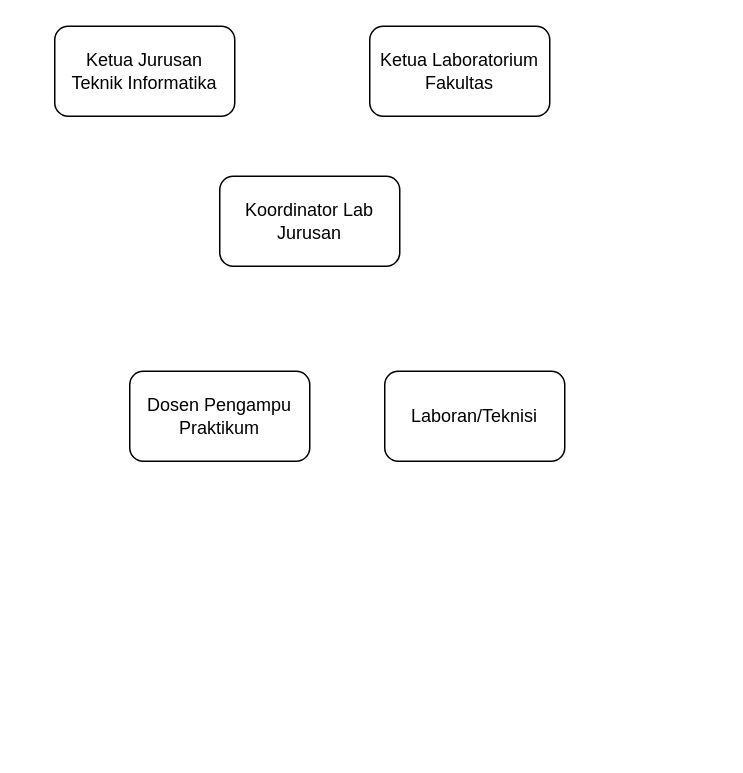
Before: Untitled Diagram.drawio in WildanBudiawanZ/labkom-informatika, a draw.io diagram. Source tidied: cells renumbered, new cells numbered last; positions are measured from the earlier drawing's top-left corner, leaving out a move shared by most shapes. Both pictures are drawn from the tidied source at 150%, with x=0, y=0 at pixel (54, 26).
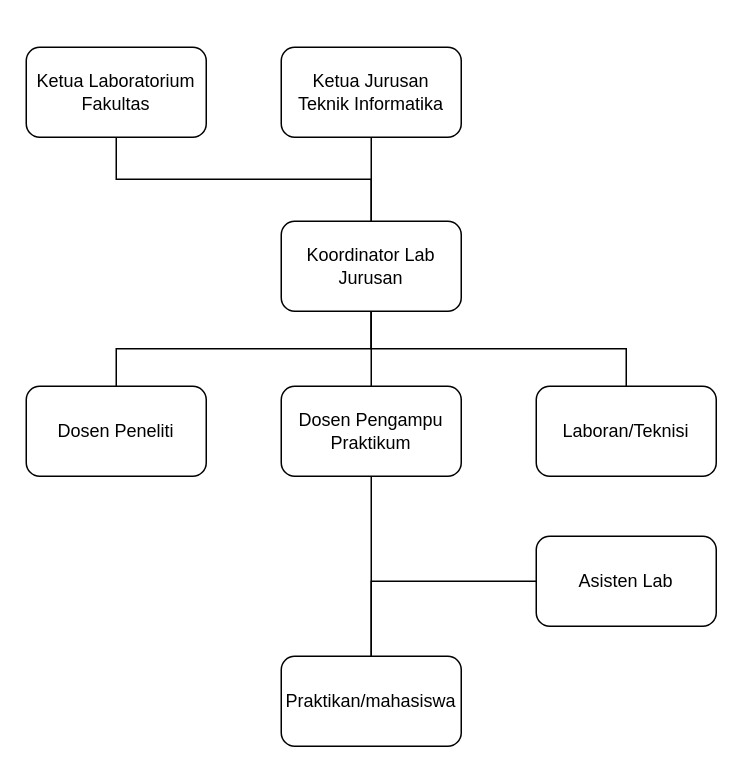
The same page after the edit.

The edit, as a diff of the source:
```diff
@@
 <mxGraphModel>
   <root>
     <mxCell id="0" />
     <mxCell id="1" parent="0" />
     <mxCell id="2" value="Ketua Laboratorium Fakultas" style="rounded=1;whiteSpace=wrap;html=1;" parent="1" vertex="1">
-      <mxGeometry x="210" width="120" height="60" as="geometry" />
+      <mxGeometry x="-19" y="14" width="120" height="60" as="geometry" />
     </mxCell>
     <mxCell id="3" value="Koordinator Lab Jurusan" style="rounded=1;whiteSpace=wrap;html=1;" parent="1" vertex="1">
-      <mxGeometry x="110" y="100" width="120" height="60" as="geometry" />
+      <mxGeometry x="151" y="130" width="120" height="60" as="geometry" />
     </mxCell>
     <mxCell id="4" value="Ketua Jurusan&lt;div&gt;Teknik Informatika&lt;/div&gt;" style="rounded=1;whiteSpace=wrap;html=1;" parent="1" vertex="1">
-      <mxGeometry width="120" height="60" as="geometry" />
+      <mxGeometry x="151" y="14" width="120" height="60" as="geometry" />
     </mxCell>
     <mxCell id="5" value="Dosen Pengampu Praktikum" style="rounded=1;whiteSpace=wrap;html=1;" parent="1" vertex="1">
-      <mxGeometry x="50" y="230" width="120" height="60" as="geometry" />
+      <mxGeometry x="151" y="240" width="120" height="60" as="geometry" />
     </mxCell>
     <mxCell id="6" value="Laboran/Teknisi" style="rounded=1;whiteSpace=wrap;html=1;" parent="1" vertex="1">
-      <mxGeometry x="220" y="230" width="120" height="60" as="geometry" />
+      <mxGeometry x="321" y="240" width="120" height="60" as="geometry" />
     </mxCell>
+    <mxCell id="7" value="Asisten Lab" style="rounded=1;whiteSpace=wrap;html=1;" parent="1" vertex="1">
+      <mxGeometry x="321" y="340" width="120" height="60" as="geometry" />
+    </mxCell>
+    <mxCell id="8" value="Dosen Peneliti" style="rounded=1;whiteSpace=wrap;html=1;" parent="1" vertex="1">
+      <mxGeometry x="-19" y="240" width="120" height="60" as="geometry" />
+    </mxCell>
+    <mxCell id="9" value="Praktikan/mahasiswa" style="rounded=1;whiteSpace=wrap;html=1;" parent="1" vertex="1">
+      <mxGeometry x="151" y="420" width="120" height="60" as="geometry" />
+    </mxCell>
+    <mxCell id="10" style="endArrow=none;html=1;rounded=0;exitX=0.5;exitY=0;exitDx=0;exitDy=0;edgeStyle=orthogonalEdgeStyle;entryX=0.5;entryY=1;entryDx=0;entryDy=0;" parent="1" edge="1" source="8" target="3">
+      <mxGeometry relative="1" as="geometry" />
+    </mxCell>
+    <mxCell id="11" style="endArrow=none;html=1;rounded=0;exitX=0.5;exitY=0;exitDx=0;exitDy=0;entryX=0.5;entryY=1;entryDx=0;entryDy=0;edgeStyle=orthogonalEdgeStyle;" parent="1" edge="1" source="5" target="3">
+      <mxGeometry relative="1" as="geometry" />
+    </mxCell>
+    <mxCell id="12" style="endArrow=none;html=1;rounded=0;exitX=0.5;exitY=0;exitDx=0;exitDy=0;entryX=0.5;entryY=1;entryDx=0;entryDy=0;edgeStyle=orthogonalEdgeStyle;" parent="1" edge="1" source="6" target="3">
+      <mxGeometry relative="1" as="geometry" />
+    </mxCell>
+    <mxCell id="13" style="endArrow=none;html=1;rounded=0;exitX=0.5;exitY=0;exitDx=0;exitDy=0;entryX=0.5;entryY=1;entryDx=0;entryDy=0;edgeStyle=orthogonalEdgeStyle;" parent="1" edge="1" source="9" target="5">
+      <mxGeometry relative="1" as="geometry" />
+    </mxCell>
+    <mxCell id="14" style="endArrow=none;html=1;rounded=0;exitX=0.5;exitY=0;exitDx=0;exitDy=0;entryX=0;entryY=0.5;entryDx=0;entryDy=0;edgeStyle=orthogonalEdgeStyle;" parent="1" edge="1" source="9" target="7">
+      <mxGeometry relative="1" as="geometry" />
+    </mxCell>
+    <mxCell id="15" style="endArrow=none;html=1;rounded=0;entryX=0.5;entryY=1;entryDx=0;entryDy=0;edgeStyle=orthogonalEdgeStyle;" parent="1" edge="1" source="3" target="4">
+      <mxGeometry relative="1" as="geometry" />
+    </mxCell>
+    <mxCell id="16" style="endArrow=none;html=1;rounded=0;entryX=0.5;entryY=1;entryDx=0;entryDy=0;edgeStyle=orthogonalEdgeStyle;exitX=0.5;exitY=0;exitDx=0;exitDy=0;" parent="1" edge="1" source="3" target="2">
+      <mxGeometry relative="1" as="geometry" />
+    </mxCell>
   </root>
 </mxGraphModel>
```
